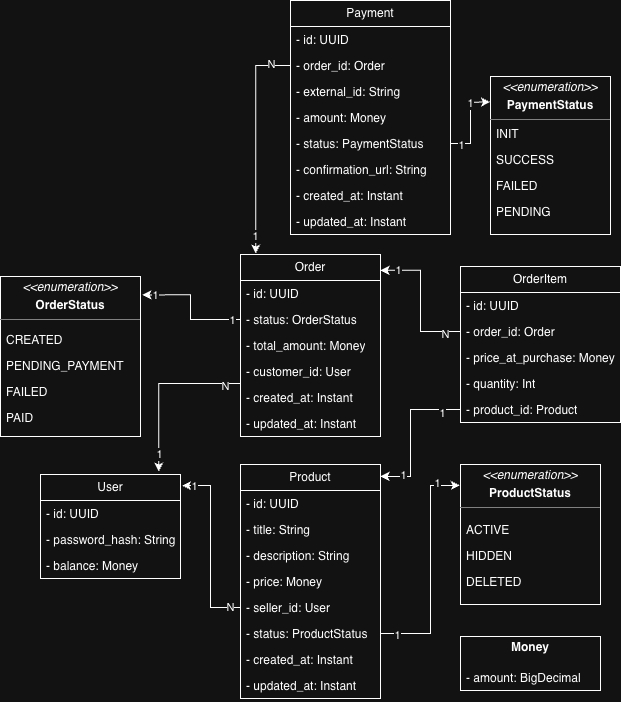
This is docs/UML_Class_Diagram.png from Thunder22020/MarketplaceApp, a draw.io export, as it was before one commit. Source tidied: cells renumbered, new cells last; positions are measured from the earlier drawing's top-left corner, leaving out a move shared by most shapes.
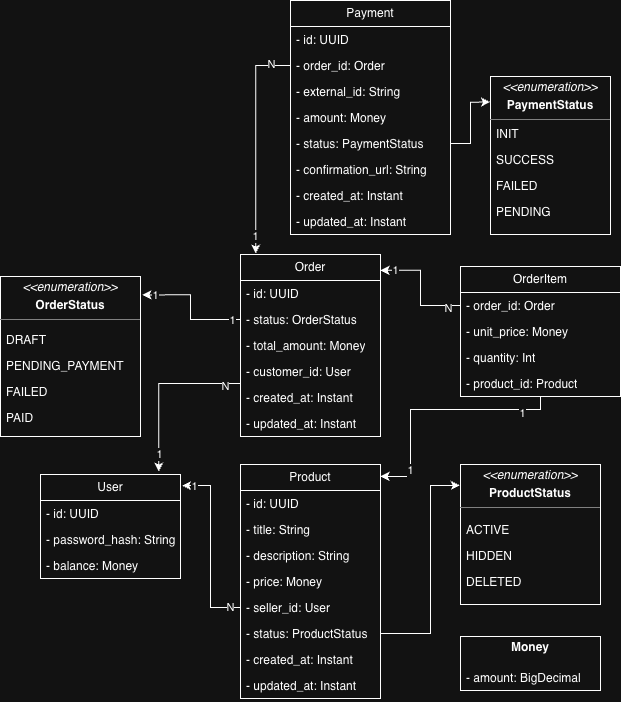
The same file after the commit.

Commit message:
Add payment domain model, repository, update db schema

Diff of the diagram source:
```diff
@@ -81,12 +81,6 @@
         </Array>
       </mxGeometry>
     </mxCell>
-    <mxCell id="25" value="1" style="edgeLabel;html=1;align=center;verticalAlign=middle;" parent="24" vertex="1">
-      <mxGeometry x="-0.85" y="-1" relative="1" as="geometry" />
-    </mxCell>
-    <mxCell id="26" value="1" style="edgeLabel;html=1;align=center;verticalAlign=middle;" parent="24" vertex="1">
-      <mxGeometry x="0.8" y="3" relative="1" as="geometry" />
-    </mxCell>
     <mxCell id="27" value="Order" style="swimlane;fontStyle=0;horizontal=1;startSize=26;fillColor=none;whiteSpace=wrap;html=1;" parent="1" vertex="1">
       <mxGeometry x="240" y="254" width="140" height="182" as="geometry" />
     </mxCell>
@@ -111,7 +105,7 @@
     <mxCell id="34" value="&lt;p style=&quot;margin:0px;margin-top:4px;text-align:center;&quot;&gt;&lt;i&gt;&amp;lt;&amp;lt;enumeration&amp;gt;&amp;gt;&lt;/i&gt;&lt;/p&gt;&lt;p style=&quot;margin:0px;margin-top:4px;text-align:center;&quot;&gt;&lt;b&gt;OrderStatus&lt;/b&gt;&lt;/p&gt;&lt;hr size=&quot;1&quot; style=&quot;border-style:solid;&quot;&gt;&lt;div style=&quot;height:2px;&quot;&gt;&lt;/div&gt;" style="verticalAlign=top;align=left;overflow=fill;html=1;whiteSpace=wrap;" parent="1" vertex="1">
       <mxGeometry y="276" width="140" height="160" as="geometry" />
     </mxCell>
-    <mxCell id="35" value="CREATED" style="text;strokeColor=none;fillColor=none;align=left;verticalAlign=top;spacingLeft=4;spacingRight=4;overflow=hidden;whiteSpace=wrap;html=1;" parent="1" vertex="1">
+    <mxCell id="35" value="DRAFT" style="text;strokeColor=none;fillColor=none;align=left;verticalAlign=top;spacingLeft=4;spacingRight=4;overflow=hidden;whiteSpace=wrap;html=1;" parent="1" vertex="1">
       <mxGeometry y="326" width="140" height="26" as="geometry" />
     </mxCell>
     <mxCell id="36" value="PENDING_PAYMENT" style="text;strokeColor=none;fillColor=none;align=left;verticalAlign=top;spacingLeft=4;spacingRight=4;overflow=hidden;whiteSpace=wrap;html=1;" parent="1" vertex="1">
@@ -124,22 +118,19 @@
       <mxGeometry y="378" width="140" height="26" as="geometry" />
     </mxCell>
     <mxCell id="39" value="OrderItem" style="swimlane;fontStyle=0;horizontal=1;startSize=26;fillColor=none;whiteSpace=wrap;html=1;" parent="1" vertex="1">
-      <mxGeometry x="460" y="266" width="160" height="156" as="geometry" />
+      <mxGeometry x="460" y="266" width="160" height="130" as="geometry" />
     </mxCell>
-    <mxCell id="40" value="- id: UUID" style="text;strokeColor=none;fillColor=none;align=left;verticalAlign=top;spacingLeft=4;spacingRight=4;overflow=hidden;whiteSpace=wrap;html=1;" parent="39" vertex="1">
-      <mxGeometry y="26" width="160" height="26" as="geometry" />
-    </mxCell>
     <mxCell id="41" value="- order_id: Order" style="text;strokeColor=none;fillColor=none;align=left;verticalAlign=top;spacingLeft=4;spacingRight=4;overflow=hidden;points=[[0,0.5],[1,0.5]];portConstraint=eastwest;whiteSpace=wrap;html=1;" parent="39" vertex="1">
-      <mxGeometry y="52" width="160" height="26" as="geometry" />
+      <mxGeometry y="26" width="160" height="26" as="geometry" />
     </mxCell>
-    <mxCell id="42" value="- price_at_purchase: Money" style="text;strokeColor=none;fillColor=none;align=left;verticalAlign=top;spacingLeft=4;spacingRight=4;overflow=hidden;whiteSpace=wrap;html=1;" parent="39" vertex="1">
-      <mxGeometry y="78" width="160" height="26" as="geometry" />
+    <mxCell id="42" value="- unit_price: Money" style="text;strokeColor=none;fillColor=none;align=left;verticalAlign=top;spacingLeft=4;spacingRight=4;overflow=hidden;whiteSpace=wrap;html=1;" parent="39" vertex="1">
+      <mxGeometry y="52" width="160" height="26" as="geometry" />
     </mxCell>
     <mxCell id="43" value="- quantity: Int" style="text;strokeColor=none;fillColor=none;align=left;verticalAlign=top;spacingLeft=4;spacingRight=4;overflow=hidden;whiteSpace=wrap;html=1;" parent="39" vertex="1">
-      <mxGeometry y="104" width="160" height="26" as="geometry" />
+      <mxGeometry y="78" width="160" height="26" as="geometry" />
     </mxCell>
     <mxCell id="44" value="- product_id: Product" style="text;strokeColor=none;fillColor=none;align=left;verticalAlign=top;spacingLeft=4;spacingRight=4;overflow=hidden;points=[[0,0.5],[1,0.5]];portConstraint=eastwest;whiteSpace=wrap;html=1;" parent="39" vertex="1">
-      <mxGeometry y="130" width="160" height="26" as="geometry" />
+      <mxGeometry y="104" width="160" height="26" as="geometry" />
     </mxCell>
     <mxCell id="45" style="edgeStyle=orthogonalEdgeStyle;rounded=0;jettySize=auto;html=1;entryX=1.014;entryY=0.115;entryDx=0;entryDy=0;entryPerimeter=0;" parent="1" edge="1" source="29" target="34">
       <mxGeometry relative="1" as="geometry" />
@@ -237,14 +228,6 @@
     <mxCell id="73" style="edgeStyle=orthogonalEdgeStyle;rounded=0;jettySize=auto;html=1;entryX=-0.003;entryY=0.162;entryDx=0;entryDy=0;entryPerimeter=0;" parent="1" edge="1" source="62" target="69">
       <mxGeometry relative="1" as="geometry" />
     </mxCell>
-    <mxCell id="74" value="1" style="edgeLabel;html=1;align=center;verticalAlign=middle;" parent="73" vertex="1">
-      <mxGeometry x="0.75" y="-1" relative="1" as="geometry">
-        <mxPoint x="-10" as="offset" />
-      </mxGeometry>
-    </mxCell>
-    <mxCell id="75" value="1" style="edgeLabel;html=1;align=center;verticalAlign=middle;" parent="73" vertex="1">
-      <mxGeometry x="-0.75" y="-1" relative="1" as="geometry" />
-    </mxCell>
     <mxCell id="76" value="INIT" style="text;strokeColor=none;fillColor=none;align=left;verticalAlign=top;spacingLeft=4;spacingRight=4;overflow=hidden;whiteSpace=wrap;html=1;" parent="1" vertex="1">
       <mxGeometry x="490" y="120" width="113" height="26" as="geometry" />
     </mxCell>
```
